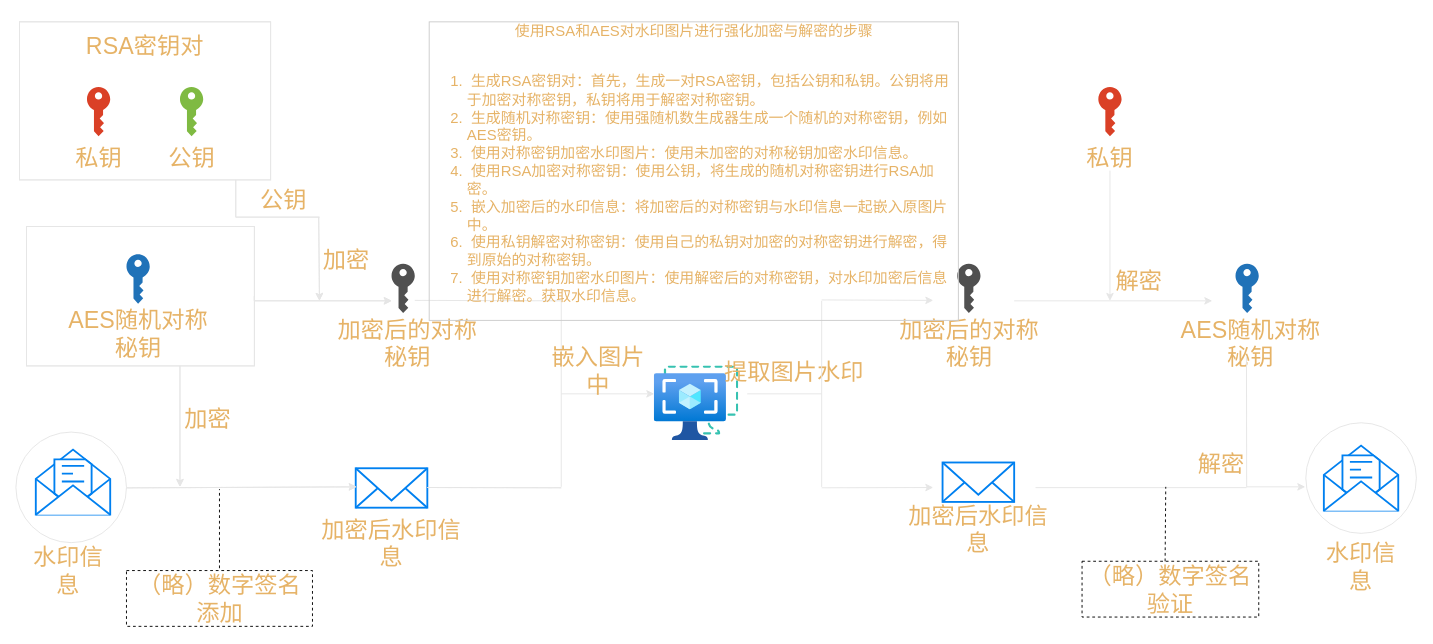
This is 未命名绘图.drawio from FormerOR/WaterMarkingRSA, a draw.io file, before an edit. Source tidied: cells renumbered, new cells numbered last; positions are measured from the earlier drawing's top-left corner, leaving out a move shared by most shapes. Both pictures are drawn from the tidied source at 93%, with x=0, y=0 at pixel (16, 15).
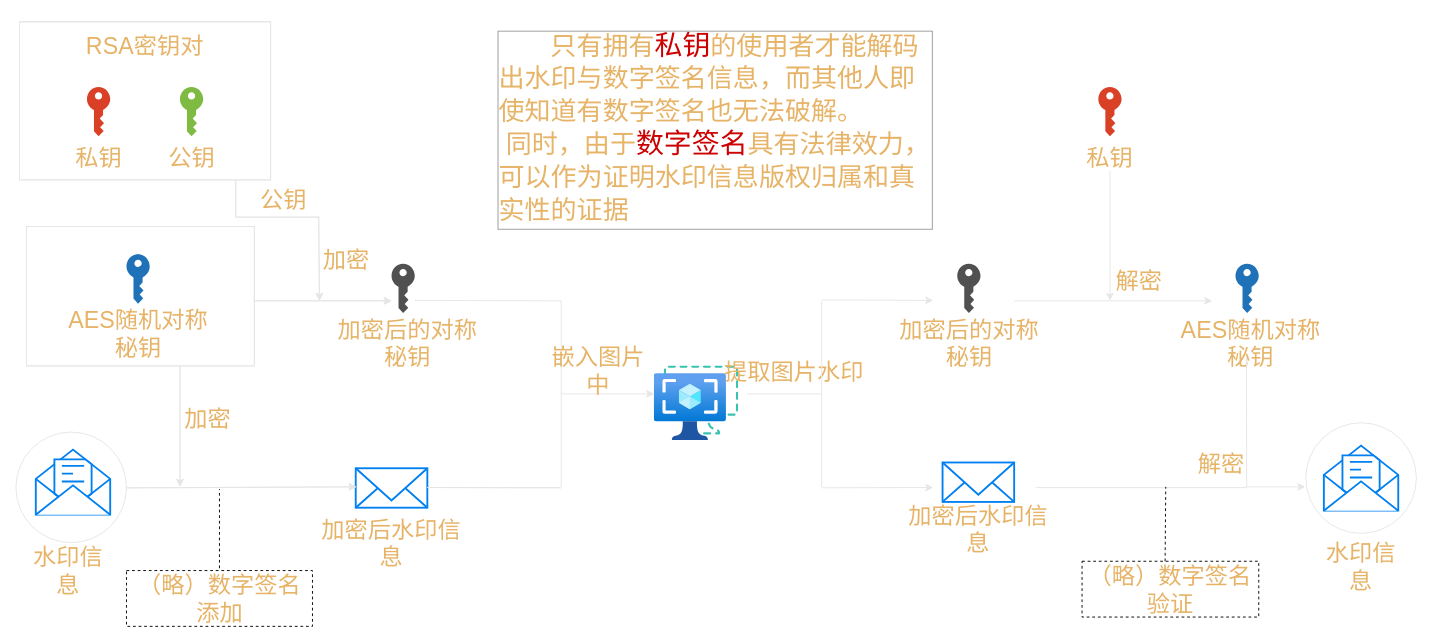
The same page after the edit.

Commit message:
更新未命名绘图.drawio

What changed in the source:
```diff
@@
-    <mxCell id="56" value="&lt;div style=&quot;text-align: center; font-size: 16px;&quot;&gt;&lt;span style=&quot;background-color: initial;&quot;&gt;&lt;font style=&quot;font-size: 16px;&quot;&gt;使用RSA和AES对水印图片进行强化加密与解密的步骤&lt;/font&gt;&lt;/span&gt;&lt;/div&gt;&lt;font style=&quot;font-size: 16px;&quot;&gt;&lt;br&gt;&lt;/font&gt;&lt;ol style=&quot;font-size: 16px;&quot;&gt;&lt;li style=&quot;&quot;&gt;&lt;font style=&quot;font-size: 16px;&quot;&gt;&amp;nbsp;生成RSA密钥对：首先，生成一对RSA密钥，包括公钥和私钥。公钥将用于加密对称密钥，私钥将用于解密对称密钥。&lt;/font&gt;&lt;/li&gt;&lt;li style=&quot;&quot;&gt;&lt;font style=&quot;font-size: 16px;&quot;&gt;&amp;nbsp;生成随机对称密钥：使用强随机数生成器生成一个随机的对称密钥，例如AES密钥。&lt;/font&gt;&lt;/li&gt;&lt;li style=&quot;&quot;&gt;&lt;font style=&quot;font-size: 16px;&quot;&gt;&amp;nbsp;使用对称密钥加密水印图片：使用未加密的对称秘钥加密水印信息。&lt;/font&gt;&lt;/li&gt;&lt;li style=&quot;&quot;&gt;&lt;font style=&quot;font-size: 16px;&quot;&gt;&amp;nbsp;使用RSA加密对称密钥：使用公钥，将生成的随机对称密钥进行RSA加密。&lt;/font&gt;&lt;/li&gt;&lt;li style=&quot;&quot;&gt;&lt;font style=&quot;font-size: 16px;&quot;&gt;&amp;nbsp;嵌入加密后的水印信息：将加密后的对称密钥与水印信息一起嵌入原图片中。&lt;/font&gt;&lt;/li&gt;&lt;li style=&quot;&quot;&gt;&lt;font style=&quot;font-size: 16px;&quot;&gt;&amp;nbsp;使用私钥解密对称密钥：使用自己的私钥对加密的对称密钥进行解密，得到原始的对称密钥。&lt;/font&gt;&lt;/li&gt;&lt;li style=&quot;&quot;&gt;&lt;font style=&quot;font-size: 16px;&quot;&gt;&amp;nbsp;使用对称密钥加密水印图片：使用解密后的对称密钥，对水印加密后信息进行解密。获取水印信息。&lt;/font&gt;&lt;/li&gt;&lt;/ol&gt;" style="text;whiteSpace=wrap;html=1;fontSize=12;fontFamily=得意黑;fontColor=#E6B367;labelBorderColor=#CCCCCC;" parent="1" vertex="1">
-      <mxGeometry x="442" y="0.2" width="571.8" height="176.8" as="geometry" />
+    <mxCell id="56" value="&lt;div style=&quot;line-height: 250%;&quot;&gt;&lt;p style=&quot;line-height: 250%; margin-top: 0pt; margin-bottom: 0pt; text-indent: 0.5in; direction: ltr; word-break: normal;&quot;&gt;&lt;font face=&quot;华文中宋&quot;&gt;&lt;span style=&quot;font-size: 28px; white-space: pre;&quot;&gt; &lt;/span&gt;&lt;span style=&quot;font-size: 28px;&quot;&gt;只有拥有&lt;/span&gt;&lt;font style=&quot;font-size: 30px;&quot; color=&quot;#cc0000&quot;&gt;私钥&lt;/font&gt;&lt;span style=&quot;font-size: 28px;&quot;&gt;的使用者才能解码出水印与数字签名信息，而其他人即使知道有数字签名也无法破解。&lt;/span&gt;&lt;/font&gt;&lt;/p&gt;&lt;font face=&quot;华文中宋&quot;&gt;&lt;span style=&quot;font-size: 28px; white-space: pre;&quot;&gt; &lt;/span&gt;&lt;span style=&quot;font-size: 28px;&quot;&gt;同时，由于&lt;/span&gt;&lt;font style=&quot;font-size: 30px;&quot; color=&quot;#cc0000&quot;&gt;数字签名&lt;/font&gt;&lt;span style=&quot;font-size: 28px;&quot;&gt;具有法律效力，可以作为证明水印信息版权归属和真实性的证据&lt;/span&gt;&lt;/font&gt;&lt;br&gt;&lt;/div&gt;" style="text;whiteSpace=wrap;html=1;fontSize=12;fontFamily=得意黑;fontColor=#E6B367;labelBorderColor=#999999;" parent="1" vertex="1">
+      <mxGeometry x="516" y="10.1" width="470" height="186.9" as="geometry" />
     </mxCell>
```
